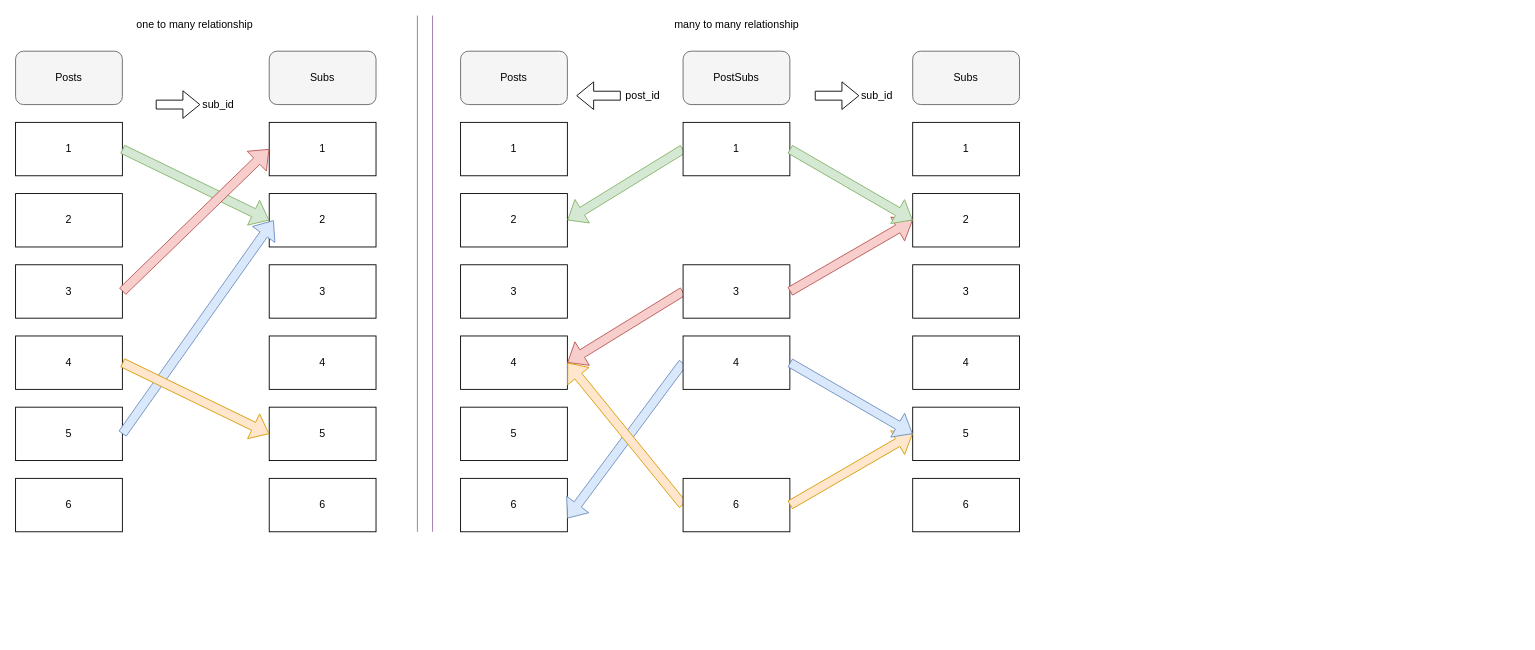
ssoonmi/draw-io keeps this draw.io diagram as associations-diagram.drawio. Above is the earlier version. Source tidied: cells renumbered, new cells numbered last; positions are measured from the earlier drawing's top-left corner, leaving out a move shared by most shapes. Both pictures are drawn from the tidied source at 89%, with x=0, y=0 at pixel (15, 15).
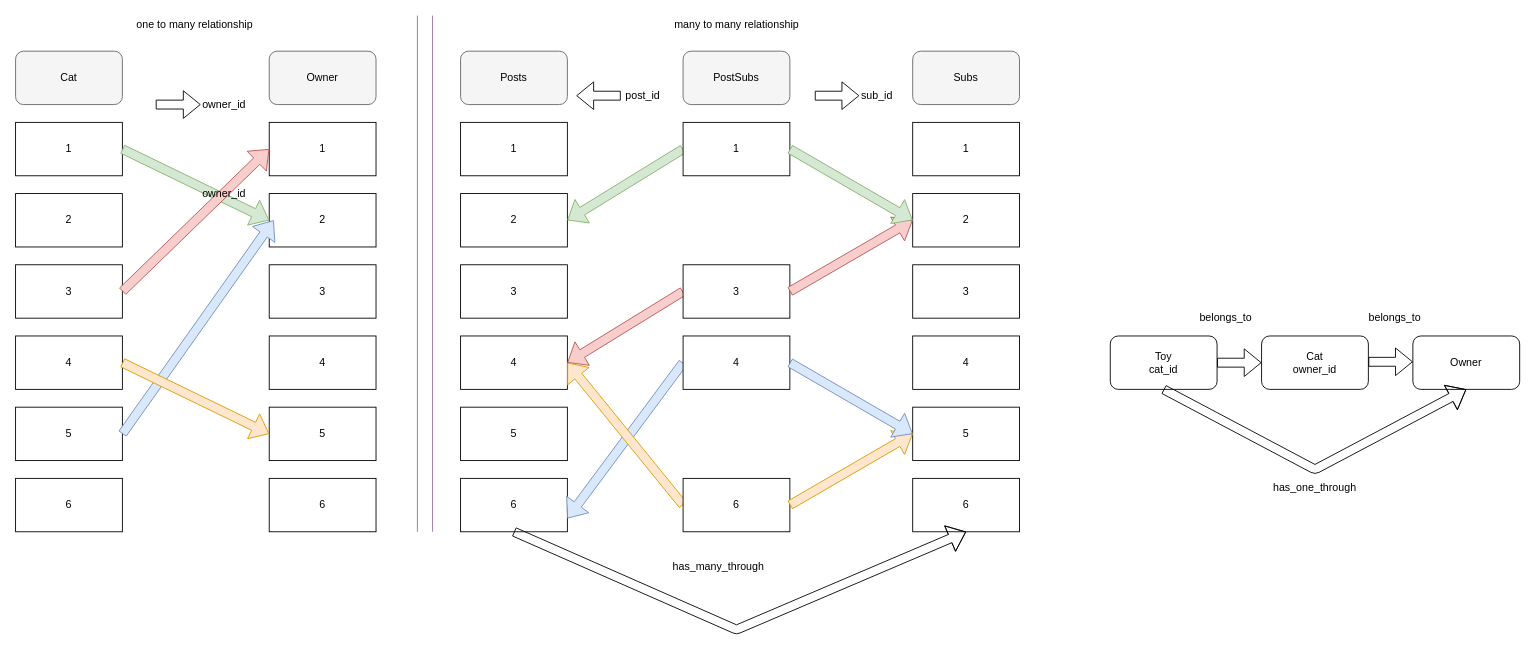
The same page after the edit.

The change refers to these unchanged cells:
```xml
<mxCell id="27" value="6" style="rounded=0;whiteSpace=wrap;html=1;" parent="1" vertex="1">
  <mxGeometry x="500" y="520" width="120" height="60" as="geometry" />
</mxCell>
<mxCell id="33" value="6" style="rounded=0;whiteSpace=wrap;html=1;" parent="1" vertex="1">
  <mxGeometry x="1008" y="520" width="120" height="60" as="geometry" />
</mxCell>
```

Change to the diagram source:
```diff
@@
-    <mxCell id="19" value="Posts" style="text;html=1;strokeColor=none;fillColor=none;align=center;verticalAlign=middle;whiteSpace=wrap;rounded=0;" parent="1" vertex="1">
+    <mxCell id="19" value="Cat" style="text;html=1;strokeColor=none;fillColor=none;align=center;verticalAlign=middle;whiteSpace=wrap;rounded=0;" parent="1" vertex="1">
       <mxGeometry x="40" y="60" width="40" height="20" as="geometry" />
     </mxCell>
@@
-    <mxCell id="21" value="Subs" style="text;html=1;strokeColor=none;fillColor=none;align=center;verticalAlign=middle;whiteSpace=wrap;rounded=0;" parent="1" vertex="1">
+    <mxCell id="21" value="Owner" style="text;html=1;strokeColor=none;fillColor=none;align=center;verticalAlign=middle;whiteSpace=wrap;rounded=0;" parent="1" vertex="1">
       <mxGeometry x="325" y="60" width="40" height="20" as="geometry" />
     </mxCell>
@@
-    <mxCell id="53" value="sub_id" style="text;html=1;strokeColor=none;fillColor=none;align=center;verticalAlign=middle;whiteSpace=wrap;rounded=0;" parent="1" vertex="1">
-      <mxGeometry x="207.5" y="90" width="40" height="20" as="geometry" />
+    <mxCell id="53" value="owner_id" style="text;html=1;strokeColor=none;fillColor=none;align=center;verticalAlign=middle;whiteSpace=wrap;rounded=0;" parent="1" vertex="1">
+      <mxGeometry x="208" y="90" width="53" height="20" as="geometry" />
     </mxCell>
+    <mxCell id="61" value="owner_id" style="text;html=1;strokeColor=none;fillColor=none;align=center;verticalAlign=middle;whiteSpace=wrap;rounded=0;" parent="1" vertex="1">
+      <mxGeometry x="208" y="190" width="53" height="20" as="geometry" />
+    </mxCell>
@@
+    <mxCell id="62" value="Toy&lt;br&gt;cat_id" style="rounded=1;whiteSpace=wrap;html=1;" parent="1" vertex="1">
+      <mxGeometry x="1230" y="360" width="120" height="60" as="geometry" />
+    </mxCell>
+    <mxCell id="63" value="Cat&lt;br&gt;owner_id" style="rounded=1;whiteSpace=wrap;html=1;" parent="1" vertex="1">
+      <mxGeometry x="1400" y="360" width="120" height="60" as="geometry" />
+    </mxCell>
+    <mxCell id="64" value="Owner" style="rounded=1;whiteSpace=wrap;html=1;" parent="1" vertex="1">
+      <mxGeometry x="1570" y="360" width="120" height="60" as="geometry" />
+    </mxCell>
+    <mxCell id="65" style="shape=flexArrow;endArrow=classic;html=1;entryX=0;entryY=0.5;entryDx=0;entryDy=0;exitX=1;exitY=0.5;exitDx=0;exitDy=0;" parent="1" edge="1" source="62" target="63">
+      <mxGeometry relative="1" as="geometry" />
+    </mxCell>
+    <mxCell id="66" style="shape=flexArrow;endArrow=classic;html=1;entryX=0;entryY=0.5;entryDx=0;entryDy=0;exitX=1;exitY=0.5;exitDx=0;exitDy=0;" parent="1" edge="1">
+      <mxGeometry relative="1" as="geometry">
+        <mxPoint x="1520" y="389" as="sourcePoint" />
+        <mxPoint x="1570" y="389" as="targetPoint" />
+      </mxGeometry>
+    </mxCell>
+    <mxCell id="67" style="shape=flexArrow;endArrow=classic;html=1;entryX=0.5;entryY=1;entryDx=0;entryDy=0;exitX=0.5;exitY=1;exitDx=0;exitDy=0;" parent="1" edge="1" source="62" target="64">
+      <mxGeometry relative="1" as="geometry">
+        <Array as="points">
+          <mxPoint x="1460" y="510" />
+        </Array>
+      </mxGeometry>
+    </mxCell>
+    <mxCell id="68" value="has_one_through" style="text;html=1;strokeColor=none;fillColor=none;align=center;verticalAlign=middle;whiteSpace=wrap;rounded=0;" parent="1" vertex="1">
+      <mxGeometry x="1440" y="521" width="40" height="20" as="geometry" />
+    </mxCell>
+    <mxCell id="69" value="belongs_to" style="text;html=1;strokeColor=none;fillColor=none;align=center;verticalAlign=middle;whiteSpace=wrap;rounded=0;" parent="1" vertex="1">
+      <mxGeometry x="1340" y="330" width="40" height="20" as="geometry" />
+    </mxCell>
+    <mxCell id="70" value="belongs_to" style="text;html=1;strokeColor=none;fillColor=none;align=center;verticalAlign=middle;whiteSpace=wrap;rounded=0;" parent="1" vertex="1">
+      <mxGeometry x="1530" y="330" width="40" height="20" as="geometry" />
+    </mxCell>
+    <mxCell id="71" style="shape=flexArrow;endArrow=classic;html=1;entryX=0.5;entryY=1;entryDx=0;entryDy=0;exitX=0.5;exitY=1;exitDx=0;exitDy=0;" parent="1" edge="1" source="27" target="33">
+      <mxGeometry relative="1" as="geometry">
+        <Array as="points">
+          <mxPoint x="810" y="690" />
+        </Array>
+      </mxGeometry>
+    </mxCell>
+    <mxCell id="72" value="has_many_through" style="text;html=1;strokeColor=none;fillColor=none;align=center;verticalAlign=middle;whiteSpace=wrap;rounded=0;" parent="1" vertex="1">
+      <mxGeometry x="770" y="610" width="40" height="20" as="geometry" />
+    </mxCell>
```
